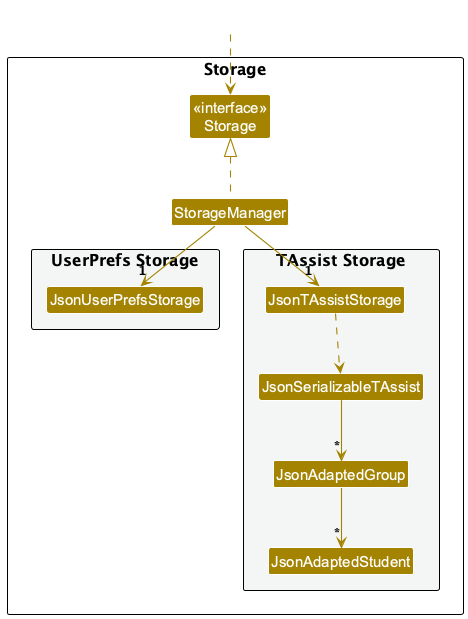
The PlantUML diagram docs/images/StorageClassDiagram.png in AY2627S1-CS2103T-T12-4/tp, before a commit. Source of this version:
```plantuml
@startuml
!include style.puml
skinparam arrowThickness 1.1
skinparam arrowColor STORAGE_COLOR
skinparam classBackgroundColor STORAGE_COLOR

package Storage as StoragePackage {

Class "<<interface>>\nStorage" as Storage
Class StorageManager

package "UserPrefs Storage" #F4F6F6{
Class JsonUserPrefsStorage
}

package "TAssist Storage" #F4F6F6{
Class JsonTAssistStorage
Class JsonSerializableTAssist
Class JsonAdaptedGroup
Class JsonAdaptedStudent
}

}

Class HiddenOutside #FFFFFF
HiddenOutside ..> Storage

StorageManager .up.|> Storage
StorageManager -down-> "1" JsonUserPrefsStorage
StorageManager -down-> "1" JsonTAssistStorage

JsonTAssistStorage ..> JsonSerializableTAssist
JsonSerializableTAssist --> "*" JsonAdaptedGroup
JsonAdaptedGroup --> "*" JsonAdaptedStudent

@enduml
```
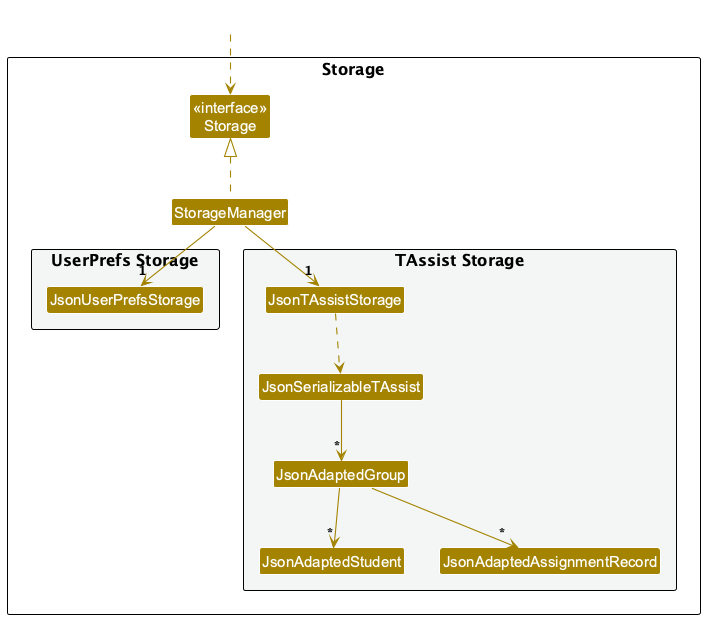
After the change.

Diff of the diagram source:
```diff
@@ -18,6 +18,7 @@
 Class JsonSerializableTAssist
 Class JsonAdaptedGroup
 Class JsonAdaptedStudent
+Class JsonAdaptedAssignmentRecord
 }
 
 }
@@ -32,5 +33,6 @@
 JsonTAssistStorage ..> JsonSerializableTAssist
 JsonSerializableTAssist --> "*" JsonAdaptedGroup
 JsonAdaptedGroup --> "*" JsonAdaptedStudent
+JsonAdaptedGroup --> "*" JsonAdaptedAssignmentRecord
 
 @enduml
```
